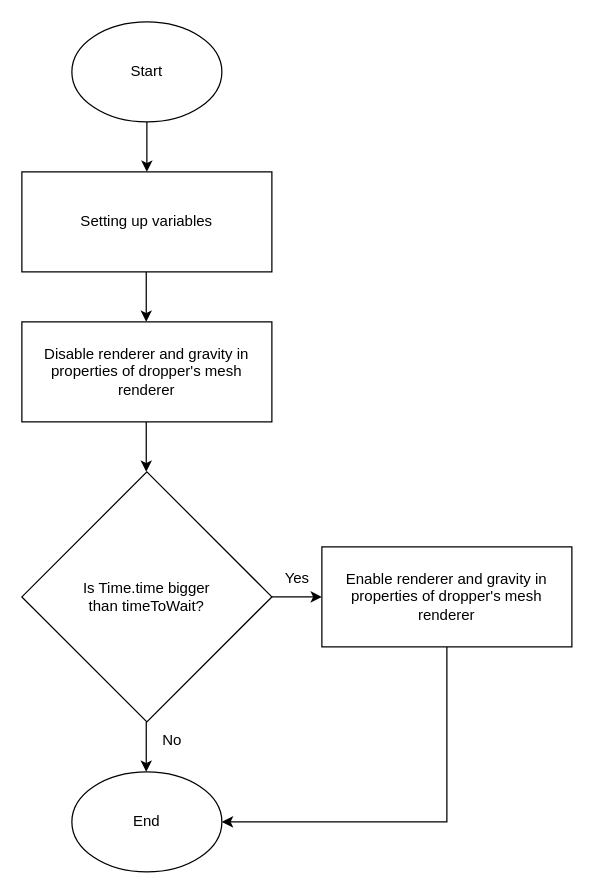
This is Ανώνυμο διάγραμμα.drawio from DimosGk/BankingPracticeProgram, a draw.io file, before an edit. Source tidied: cells renumbered, new cells numbered last; positions are measured from the earlier drawing's top-left corner, leaving out a move shared by most shapes. Both pictures are drawn from the tidied source at 125%, with x=0, y=0 at pixel (21, 21).
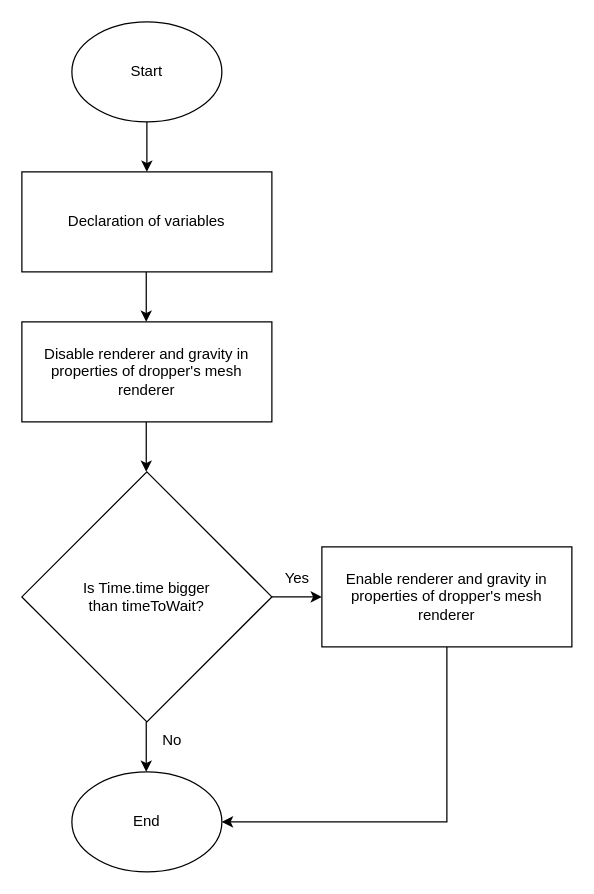
Above is the later version.

The edit, as a diff of the source:
```diff
@@
-    <mxCell id="12" value="Setting up variables" style="rounded=0;whiteSpace=wrap;html=1;" parent="1" vertex="1">
+    <mxCell id="12" value="Declaration of variables" style="rounded=0;whiteSpace=wrap;html=1;" parent="1" vertex="1">
       <mxGeometry y="120" width="200" height="80" as="geometry" />
     </mxCell>
```
